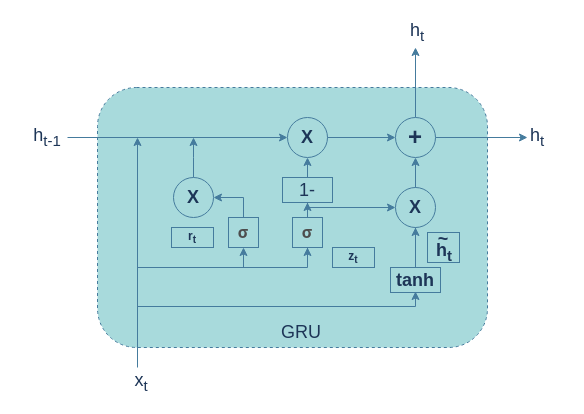
huapigudemilu/engineeringsoftware keeps this draw.io diagram as 未命名绘图.drawio. Above is the earlier version. Source tidied: cells renumbered, new cells numbered last; positions are measured from the earlier drawing's top-left corner, leaving out a move shared by most shapes. Both pictures are drawn from the tidied source at 100%, with x=0, y=0 at pixel (17, 17).
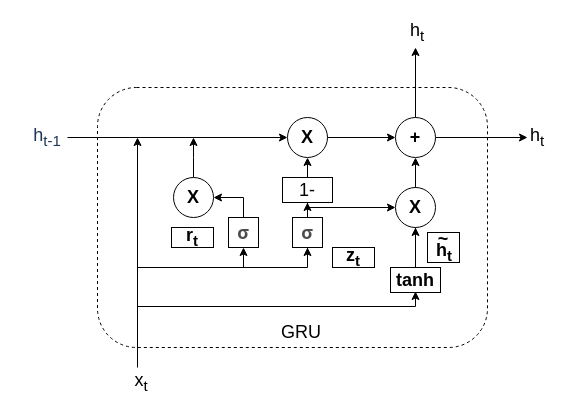
The same page after the edit.

Commit message (it also covers changes not shown here):
更新未命名绘图.drawio

What changed in the source:
```diff
@@
-    <mxCell id="2" style="rounded=1;whiteSpace=wrap;html=1;dashed=1;labelBackgroundColor=none;fillColor=#A8DADC;strokeColor=#457B9D;fontColor=#1D3557;" parent="1" vertex="1">
+    <mxCell id="2" style="rounded=1;whiteSpace=wrap;html=1;dashed=1;labelBackgroundColor=none;" parent="1" vertex="1">
       <mxGeometry x="80" y="70" width="390" height="260" as="geometry" />
     </mxCell>
-    <mxCell id="3" style="endArrow=classic;html=1;rounded=0;labelBackgroundColor=none;strokeColor=#457B9D;fontColor=default;" parent="1" edge="1" source="8">
+    <mxCell id="3" style="endArrow=classic;html=1;rounded=0;labelBackgroundColor=none;fontColor=default;" parent="1" edge="1" source="8">
       <mxGeometry relative="1" as="geometry">
         <mxPoint x="510" y="120" as="targetPoint" />
       </mxGeometry>
     </mxCell>
-    <mxCell id="4" style="endArrow=classic;html=1;rounded=0;labelBackgroundColor=none;strokeColor=#457B9D;fontColor=default;" parent="1" edge="1" target="5">
+    <mxCell id="4" style="endArrow=classic;html=1;rounded=0;labelBackgroundColor=none;fontColor=default;" parent="1" edge="1" target="5">
       <mxGeometry relative="1" as="geometry">
         <mxPoint x="50" y="120" as="sourcePoint" />
       </mxGeometry>
     </mxCell>
-    <mxCell id="5" style="ellipse;whiteSpace=wrap;html=1;labelBackgroundColor=none;fillColor=#A8DADC;strokeColor=#457B9D;fontColor=#1D3557;" parent="1" vertex="1">
+    <mxCell id="5" style="ellipse;whiteSpace=wrap;html=1;labelBackgroundColor=none;" parent="1" vertex="1">
       <mxGeometry x="270" y="100" width="40" height="40" as="geometry" />
     </mxCell>
-    <mxCell id="6" style="endArrow=classic;html=1;rounded=0;labelBackgroundColor=none;strokeColor=#457B9D;fontColor=default;" parent="1" edge="1" source="5" target="8">
+    <mxCell id="6" style="endArrow=classic;html=1;rounded=0;labelBackgroundColor=none;fontColor=default;" parent="1" edge="1" source="5" target="8">
       <mxGeometry relative="1" as="geometry" />
     </mxCell>
-    <mxCell id="7" style="edgeStyle=orthogonalEdgeStyle;rounded=0;jettySize=auto;html=1;exitX=0.5;exitY=0;exitDx=0;exitDy=0;labelBackgroundColor=none;strokeColor=#457B9D;fontColor=default;" parent="1" edge="1" source="8">
+    <mxCell id="7" style="edgeStyle=orthogonalEdgeStyle;rounded=0;jettySize=auto;html=1;exitX=0.5;exitY=0;exitDx=0;exitDy=0;labelBackgroundColor=none;fontColor=default;" parent="1" edge="1" source="8">
       <mxGeometry relative="1" as="geometry">
         <mxPoint x="398" y="30" as="targetPoint" />
       </mxGeometry>
     </mxCell>
-    <mxCell id="8" style="ellipse;whiteSpace=wrap;html=1;labelBackgroundColor=none;fillColor=#A8DADC;strokeColor=#457B9D;fontColor=#1D3557;" parent="1" vertex="1">
+    <mxCell id="8" style="ellipse;whiteSpace=wrap;html=1;labelBackgroundColor=none;" parent="1" vertex="1">
       <mxGeometry x="378" y="100" width="40" height="40" as="geometry" />
     </mxCell>
-    <mxCell id="9" style="endArrow=classic;html=1;rounded=0;labelBackgroundColor=none;strokeColor=#457B9D;fontColor=default;" parent="1" edge="1">
+    <mxCell id="9" style="endArrow=classic;html=1;rounded=0;labelBackgroundColor=none;fontColor=default;" parent="1" edge="1">
       <mxGeometry relative="1" as="geometry">
         <mxPoint x="120" y="350" as="sourcePoint" />
         <mxPoint x="120" y="120" as="targetPoint" />
       </mxGeometry>
     </mxCell>
-    <mxCell id="10" style="endArrow=classic;html=1;rounded=0;entryX=0.5;entryY=1;entryDx=0;entryDy=0;labelBackgroundColor=none;strokeColor=#457B9D;fontColor=default;" parent="1" edge="1" source="17" target="8">
+    <mxCell id="10" style="endArrow=classic;html=1;rounded=0;entryX=0.5;entryY=1;entryDx=0;entryDy=0;labelBackgroundColor=none;fontColor=default;" parent="1" edge="1" source="17" target="8">
       <mxGeometry relative="1" as="geometry">
         <Array as="points">
           <mxPoint x="398" y="270" />
         </Array>
       </mxGeometry>
     </mxCell>
-    <mxCell id="11" style="endArrow=classic;html=1;rounded=0;entryX=0.5;entryY=1;entryDx=0;entryDy=0;labelBackgroundColor=none;strokeColor=#457B9D;fontColor=default;" parent="1" edge="1" source="19" target="5">
+    <mxCell id="11" style="endArrow=classic;html=1;rounded=0;entryX=0.5;entryY=1;entryDx=0;entryDy=0;labelBackgroundColor=none;fontColor=default;" parent="1" edge="1" source="19" target="5">
       <mxGeometry relative="1" as="geometry">
         <Array as="points">
           <mxPoint x="290" y="240" />
         </Array>
       </mxGeometry>
     </mxCell>
-    <mxCell id="12" style="edgeStyle=orthogonalEdgeStyle;rounded=0;jettySize=auto;html=1;exitX=0.5;exitY=0;exitDx=0;exitDy=0;labelBackgroundColor=none;strokeColor=#457B9D;fontColor=default;" parent="1" edge="1" source="13">
+    <mxCell id="12" style="edgeStyle=orthogonalEdgeStyle;rounded=0;jettySize=auto;html=1;exitX=0.5;exitY=0;exitDx=0;exitDy=0;labelBackgroundColor=none;fontColor=default;" parent="1" edge="1" source="13">
       <mxGeometry relative="1" as="geometry">
         <mxPoint x="176" y="120" as="targetPoint" />
       </mxGeometry>
     </mxCell>
-    <mxCell id="13" style="ellipse;whiteSpace=wrap;html=1;labelBackgroundColor=none;fillColor=#A8DADC;strokeColor=#457B9D;fontColor=#1D3557;" parent="1" vertex="1">
+    <mxCell id="13" style="ellipse;whiteSpace=wrap;html=1;labelBackgroundColor=none;" parent="1" vertex="1">
       <mxGeometry x="156" y="160" width="40" height="40" as="geometry" />
     </mxCell>
-    <mxCell id="14" style="endArrow=classic;html=1;rounded=0;entryX=1;entryY=0.5;entryDx=0;entryDy=0;labelBackgroundColor=none;strokeColor=#457B9D;fontColor=default;" parent="1" edge="1" source="22" target="13">
+    <mxCell id="14" style="endArrow=classic;html=1;rounded=0;entryX=1;entryY=0.5;entryDx=0;entryDy=0;labelBackgroundColor=none;fontColor=default;" parent="1" edge="1" source="22" target="13">
       <mxGeometry relative="1" as="geometry">
         <Array as="points">
           <mxPoint x="226" y="180" />
         </Array>
       </mxGeometry>
     </mxCell>
-    <mxCell id="15" style="endArrow=classic;html=1;rounded=0;entryX=0;entryY=0.5;entryDx=0;entryDy=0;labelBackgroundColor=none;strokeColor=#457B9D;fontColor=default;" parent="1" edge="1" target="17">
+    <mxCell id="15" style="endArrow=classic;html=1;rounded=0;entryX=0;entryY=0.5;entryDx=0;entryDy=0;labelBackgroundColor=none;fontColor=default;" parent="1" edge="1" target="17">
       <mxGeometry relative="1" as="geometry">
         <mxPoint x="290" y="190" as="sourcePoint" />
       </mxGeometry>
     </mxCell>
-    <mxCell id="16" style="endArrow=classic;html=1;rounded=0;entryX=0.5;entryY=1;entryDx=0;entryDy=0;labelBackgroundColor=none;strokeColor=#457B9D;fontColor=default;" parent="1" edge="1" source="25" target="17">
+    <mxCell id="16" style="endArrow=classic;html=1;rounded=0;entryX=0.5;entryY=1;entryDx=0;entryDy=0;labelBackgroundColor=none;fontColor=default;" parent="1" edge="1" source="25" target="17">
       <mxGeometry relative="1" as="geometry">
         <Array as="points">
           <mxPoint x="398" y="270" />
         </Array>
       </mxGeometry>
     </mxCell>
-    <mxCell id="17" style="ellipse;whiteSpace=wrap;html=1;labelBackgroundColor=none;fillColor=#A8DADC;strokeColor=#457B9D;fontColor=#1D3557;" parent="1" vertex="1">
+    <mxCell id="17" style="ellipse;whiteSpace=wrap;html=1;labelBackgroundColor=none;" parent="1" vertex="1">
       <mxGeometry x="378" y="170" width="40" height="40" as="geometry" />
     </mxCell>
-    <mxCell id="18" style="endArrow=classic;html=1;rounded=0;entryX=0.5;entryY=1;entryDx=0;entryDy=0;labelBackgroundColor=none;strokeColor=#457B9D;fontColor=default;" parent="1" edge="1" source="21" target="19">
+    <mxCell id="18" style="endArrow=classic;html=1;rounded=0;entryX=0.5;entryY=1;entryDx=0;entryDy=0;labelBackgroundColor=none;fontColor=default;" parent="1" edge="1" source="21" target="19">
       <mxGeometry relative="1" as="geometry">
         <Array as="points">
           <mxPoint x="290" y="240" />
         </Array>
       </mxGeometry>
     </mxCell>
-    <mxCell id="19" value="&lt;font style=&quot;font-size: 18px;&quot;&gt;1-&lt;/font&gt;" style="rounded=0;whiteSpace=wrap;html=1;labelBackgroundColor=none;fillColor=#A8DADC;strokeColor=#457B9D;fontColor=#1D3557;" parent="1" vertex="1">
+    <mxCell id="19" value="&lt;font style=&quot;font-size: 18px;&quot;&gt;1-&lt;/font&gt;" style="rounded=0;whiteSpace=wrap;html=1;labelBackgroundColor=none;" parent="1" vertex="1">
       <mxGeometry x="265" y="160" width="50" height="25" as="geometry" />
     </mxCell>
-    <mxCell id="20" style="endArrow=classic;html=1;rounded=0;entryX=0.5;entryY=1;entryDx=0;entryDy=0;labelBackgroundColor=none;strokeColor=#457B9D;fontColor=default;" parent="1" edge="1" target="21">
+    <mxCell id="20" style="endArrow=classic;html=1;rounded=0;entryX=0.5;entryY=1;entryDx=0;entryDy=0;labelBackgroundColor=none;fontColor=default;" parent="1" edge="1" target="21">
       <mxGeometry relative="1" as="geometry">
         <mxPoint x="120" y="250" as="sourcePoint" />
         <Array as="points">
           <mxPoint x="290" y="250" />
         </Array>
       </mxGeometry>
     </mxCell>
-    <mxCell id="21" value="&lt;span style=&quot;color: rgb(77, 77, 77); font-family: -apple-system, &amp;quot;SF UI Text&amp;quot;, Arial, &amp;quot;PingFang SC&amp;quot;, &amp;quot;Hiragino Sans GB&amp;quot;, &amp;quot;Microsoft YaHei&amp;quot;, &amp;quot;WenQuanYi Micro Hei&amp;quot;, sans-serif; font-size: 16px; font-variant-ligatures: no-common-ligatures; text-align: start;&quot;&gt;&lt;b&gt;σ&lt;/b&gt;&lt;/span&gt;" style="rounded=0;whiteSpace=wrap;html=1;labelBackgroundColor=none;fillColor=#A8DADC;strokeColor=#457B9D;fontColor=#1D3557;" parent="1" vertex="1">
+    <mxCell id="21" value="&lt;span style=&quot;color: rgb(77, 77, 77); font-family: -apple-system, &amp;quot;SF UI Text&amp;quot;, Arial, &amp;quot;PingFang SC&amp;quot;, &amp;quot;Hiragino Sans GB&amp;quot;, &amp;quot;Microsoft YaHei&amp;quot;, &amp;quot;WenQuanYi Micro Hei&amp;quot;, sans-serif; font-variant-ligatures: no-common-ligatures; text-align: start;&quot;&gt;&lt;b style=&quot;&quot;&gt;&lt;font style=&quot;font-size: 18px;&quot;&gt;σ&lt;/font&gt;&lt;/b&gt;&lt;/span&gt;" style="rounded=0;whiteSpace=wrap;html=1;labelBackgroundColor=none;" parent="1" vertex="1">
       <mxGeometry x="275" y="200" width="30" height="30" as="geometry" />
     </mxCell>
-    <mxCell id="22" value="&lt;span style=&quot;color: rgb(77, 77, 77); font-family: -apple-system, &amp;quot;SF UI Text&amp;quot;, Arial, &amp;quot;PingFang SC&amp;quot;, &amp;quot;Hiragino Sans GB&amp;quot;, &amp;quot;Microsoft YaHei&amp;quot;, &amp;quot;WenQuanYi Micro Hei&amp;quot;, sans-serif; font-size: 16px; font-variant-ligatures: no-common-ligatures; text-align: start;&quot;&gt;&lt;b&gt;σ&lt;/b&gt;&lt;/span&gt;" style="rounded=0;whiteSpace=wrap;html=1;labelBackgroundColor=#a8dadc;fillColor=#A8DADC;strokeColor=#457B9D;fontColor=#1D3557;" parent="1" vertex="1">
+    <mxCell id="22" value="&lt;b style=&quot;color: rgb(77, 77, 77); font-family: -apple-system, &amp;quot;SF UI Text&amp;quot;, Arial, &amp;quot;PingFang SC&amp;quot;, &amp;quot;Hiragino Sans GB&amp;quot;, &amp;quot;Microsoft YaHei&amp;quot;, &amp;quot;WenQuanYi Micro Hei&amp;quot;, sans-serif; font-variant-ligatures: no-common-ligatures; text-align: start;&quot;&gt;&lt;font style=&quot;font-size: 18px;&quot;&gt;σ&lt;/font&gt;&lt;/b&gt;" style="rounded=0;whiteSpace=wrap;html=1;labelBackgroundColor=none;gradientColor=none;fillColor=none;strokeColor=default;" parent="1" vertex="1">
       <mxGeometry x="211" y="200" width="30" height="30" as="geometry" />
     </mxCell>
-    <mxCell id="23" style="endArrow=classic;html=1;rounded=0;entryX=0.5;entryY=1;entryDx=0;entryDy=0;labelBackgroundColor=none;strokeColor=#457B9D;fontColor=default;" parent="1" edge="1" target="22">
+    <mxCell id="23" style="endArrow=classic;html=1;rounded=0;entryX=0.5;entryY=1;entryDx=0;entryDy=0;labelBackgroundColor=none;fontColor=default;" parent="1" edge="1" target="22">
       <mxGeometry relative="1" as="geometry">
         <mxPoint x="226" y="250" as="sourcePoint" />
       </mxGeometry>
     </mxCell>
-    <mxCell id="24" style="endArrow=classic;html=1;rounded=0;entryX=0.5;entryY=1;entryDx=0;entryDy=0;labelBackgroundColor=none;strokeColor=#457B9D;fontColor=default;" parent="1" edge="1">
+    <mxCell id="24" style="endArrow=classic;html=1;rounded=0;entryX=0.5;entryY=1;entryDx=0;entryDy=0;labelBackgroundColor=none;fontColor=default;" parent="1" edge="1">
       <mxGeometry relative="1" as="geometry">
         <mxPoint x="120" y="289" as="sourcePoint" />
         <mxPoint x="398" y="274" as="targetPoint" />
         <Array as="points">
           <mxPoint x="398" y="289" />
         </Array>
       </mxGeometry>
     </mxCell>
-    <mxCell id="25" value="&lt;font style=&quot;font-size: 18px;&quot;&gt;&lt;b&gt;tanh&lt;/b&gt;&lt;/font&gt;" style="rounded=0;whiteSpace=wrap;html=1;labelBackgroundColor=none;fillColor=#A8DADC;strokeColor=#457B9D;fontColor=#1D3557;" parent="1" vertex="1">
+    <mxCell id="25" value="&lt;font style=&quot;font-size: 18px;&quot;&gt;&lt;b&gt;tanh&lt;/b&gt;&lt;/font&gt;" style="rounded=0;whiteSpace=wrap;html=1;labelBackgroundColor=none;" parent="1" vertex="1">
       <mxGeometry x="373" y="250" width="50" height="25" as="geometry" />
     </mxCell>
-    <mxCell id="26" value="&lt;font style=&quot;font-size: 18px;&quot;&gt;&lt;b&gt;X&lt;/b&gt;&lt;/font&gt;" style="text;html=1;align=center;verticalAlign=middle;whiteSpace=wrap;rounded=0;labelBackgroundColor=none;fontColor=#1D3557;" parent="1" vertex="1">
+    <mxCell id="26" value="&lt;font style=&quot;font-size: 18px;&quot;&gt;&lt;b&gt;X&lt;/b&gt;&lt;/font&gt;" style="text;html=1;align=center;verticalAlign=middle;whiteSpace=wrap;rounded=0;labelBackgroundColor=none;" parent="1" vertex="1">
       <mxGeometry x="146" y="165" width="60" height="30" as="geometry" />
     </mxCell>
-    <mxCell id="27" value="&lt;font style=&quot;font-size: 18px;&quot;&gt;&lt;b&gt;X&lt;/b&gt;&lt;/font&gt;" style="text;html=1;align=center;verticalAlign=middle;whiteSpace=wrap;rounded=0;labelBackgroundColor=none;fontColor=#1D3557;" parent="1" vertex="1">
+    <mxCell id="27" value="&lt;font style=&quot;font-size: 18px;&quot;&gt;&lt;b&gt;X&lt;/b&gt;&lt;/font&gt;" style="text;html=1;align=center;verticalAlign=middle;whiteSpace=wrap;rounded=0;labelBackgroundColor=none;" parent="1" vertex="1">
       <mxGeometry x="260" y="105" width="60" height="30" as="geometry" />
     </mxCell>
-    <mxCell id="28" value="&lt;font style=&quot;font-size: 18px;&quot;&gt;&lt;b&gt;X&lt;/b&gt;&lt;/font&gt;" style="text;html=1;align=center;verticalAlign=middle;whiteSpace=wrap;rounded=0;labelBackgroundColor=none;fontColor=#1D3557;" parent="1" vertex="1">
+    <mxCell id="28" value="&lt;font style=&quot;font-size: 18px;&quot;&gt;&lt;b&gt;X&lt;/b&gt;&lt;/font&gt;" style="text;html=1;align=center;verticalAlign=middle;whiteSpace=wrap;rounded=0;labelBackgroundColor=none;" parent="1" vertex="1">
       <mxGeometry x="368" y="175" width="60" height="30" as="geometry" />
     </mxCell>
-    <mxCell id="29" value="&lt;font style=&quot;font-size: 24px;&quot;&gt;&lt;b&gt;+&lt;/b&gt;&lt;/font&gt;" style="text;html=1;align=center;verticalAlign=middle;whiteSpace=wrap;rounded=0;labelBackgroundColor=none;fontColor=#1D3557;" parent="1" vertex="1">
+    <mxCell id="29" value="&lt;font style=&quot;font-size: 18px;&quot;&gt;&lt;b style=&quot;&quot;&gt;+&lt;/b&gt;&lt;/font&gt;" style="text;html=1;align=center;verticalAlign=middle;whiteSpace=wrap;rounded=0;labelBackgroundColor=none;" parent="1" vertex="1">
       <mxGeometry x="368" y="105" width="60" height="30" as="geometry" />
     </mxCell>
-    <mxCell id="30" style="rounded=0;whiteSpace=wrap;html=1;labelBackgroundColor=none;fillColor=#A8DADC;strokeColor=#457B9D;fontColor=#1D3557;" parent="1" vertex="1">
+    <mxCell id="30" style="rounded=0;whiteSpace=wrap;html=1;labelBackgroundColor=none;" parent="1" vertex="1">
       <mxGeometry x="410" y="215" width="32" height="30" as="geometry" />
     </mxCell>
-    <mxCell id="31" style="group;labelBackgroundColor=none;fontColor=#1D3557;" parent="1" vertex="1">
+    <mxCell id="31" style="group;labelBackgroundColor=none;" parent="1" vertex="1">
       <mxGeometry x="395.5" y="207" width="61" height="43" as="geometry" />
     </mxCell>
-    <mxCell id="32" value="&lt;b style=&quot;font-size: 18px;&quot;&gt;h&lt;sub&gt;t&lt;/sub&gt;&lt;/b&gt;" style="text;html=1;align=center;verticalAlign=middle;whiteSpace=wrap;rounded=0;labelBackgroundColor=none;fontColor=#1D3557;" parent="31" vertex="1">
+    <mxCell id="32" value="&lt;b style=&quot;font-size: 18px;&quot;&gt;h&lt;sub&gt;t&lt;/sub&gt;&lt;/b&gt;" style="text;html=1;align=center;verticalAlign=middle;whiteSpace=wrap;rounded=0;labelBackgroundColor=none;" parent="31" vertex="1">
       <mxGeometry x="1" y="13" width="60" height="30" as="geometry" />
     </mxCell>
-    <mxCell id="33" value="&lt;font style=&quot;font-size: 18px;&quot;&gt;&lt;b&gt;~&lt;/b&gt;&lt;/font&gt;" style="text;html=1;align=center;verticalAlign=middle;whiteSpace=wrap;rounded=0;labelBackgroundColor=none;fontColor=#1D3557;" parent="31" vertex="1">
+    <mxCell id="33" value="&lt;font style=&quot;font-size: 18px;&quot;&gt;&lt;b&gt;~&lt;/b&gt;&lt;/font&gt;" style="text;html=1;align=center;verticalAlign=middle;whiteSpace=wrap;rounded=0;labelBackgroundColor=none;" parent="31" vertex="1">
       <mxGeometry width="60" height="30" as="geometry" />
     </mxCell>
-    <mxCell id="34" value="z&lt;sub&gt;t&lt;/sub&gt;" style="rounded=0;whiteSpace=wrap;html=1;fontStyle=1;labelBackgroundColor=none;fillColor=#A8DADC;strokeColor=#457B9D;fontColor=#1D3557;" parent="1" vertex="1">
+    <mxCell id="34" value="&lt;font style=&quot;font-size: 18px;&quot;&gt;z&lt;sub&gt;t&lt;/sub&gt;&lt;/font&gt;" style="rounded=0;whiteSpace=wrap;html=1;fontStyle=1;labelBackgroundColor=none;" parent="1" vertex="1">
       <mxGeometry x="315" y="230" width="42" height="20" as="geometry" />
     </mxCell>
-    <mxCell id="35" value="r&lt;sub&gt;t&lt;/sub&gt;" style="rounded=0;whiteSpace=wrap;html=1;fontStyle=1;labelBackgroundColor=none;fillColor=#A8DADC;strokeColor=#457B9D;fontColor=#1D3557;" parent="1" vertex="1">
+    <mxCell id="35" value="&lt;font style=&quot;font-size: 18px;&quot;&gt;r&lt;sub&gt;t&lt;/sub&gt;&lt;/font&gt;" style="rounded=0;whiteSpace=wrap;html=1;fontStyle=1;labelBackgroundColor=none;" parent="1" vertex="1">
       <mxGeometry x="154" y="210" width="42" height="20" as="geometry" />
     </mxCell>
-    <mxCell id="36" value="&lt;font style=&quot;font-size: 18px;&quot;&gt;GRU&lt;/font&gt;" style="text;html=1;align=center;verticalAlign=middle;whiteSpace=wrap;rounded=0;fontColor=#1D3557;" parent="1" vertex="1">
+    <mxCell id="36" value="&lt;font style=&quot;font-size: 18px;&quot;&gt;GRU&lt;/font&gt;" style="text;html=1;align=center;verticalAlign=middle;whiteSpace=wrap;rounded=0;" parent="1" vertex="1">
       <mxGeometry x="254" y="300" width="60" height="30" as="geometry" />
     </mxCell>
@@
-    <mxCell id="38" value="&lt;font style=&quot;font-size: 18px;&quot;&gt;h&lt;sub&gt;t&lt;/sub&gt;&lt;/font&gt;" style="text;html=1;align=center;verticalAlign=middle;whiteSpace=wrap;rounded=0;fontColor=#1D3557;" parent="1" vertex="1">
+    <mxCell id="38" value="&lt;font style=&quot;font-size: 18px;&quot;&gt;h&lt;sub&gt;t&lt;/sub&gt;&lt;/font&gt;" style="text;html=1;align=center;verticalAlign=middle;whiteSpace=wrap;rounded=0;" parent="1" vertex="1">
       <mxGeometry x="370" width="60" height="30" as="geometry" />
     </mxCell>
-    <mxCell id="39" value="&lt;font style=&quot;font-size: 18px;&quot;&gt;h&lt;sub&gt;t&lt;/sub&gt;&lt;/font&gt;" style="text;html=1;align=center;verticalAlign=middle;whiteSpace=wrap;rounded=0;fontColor=#1D3557;" parent="1" vertex="1">
+    <mxCell id="39" value="&lt;font style=&quot;font-size: 18px;&quot;&gt;h&lt;sub&gt;t&lt;/sub&gt;&lt;/font&gt;" style="text;html=1;align=center;verticalAlign=middle;whiteSpace=wrap;rounded=0;" parent="1" vertex="1">
       <mxGeometry x="490" y="105" width="60" height="30" as="geometry" />
     </mxCell>
-    <mxCell id="40" value="&lt;span style=&quot;font-size: 18px;&quot;&gt;x&lt;sub&gt;t&lt;/sub&gt;&lt;/span&gt;" style="text;html=1;align=center;verticalAlign=middle;whiteSpace=wrap;rounded=0;fontColor=#1D3557;" parent="1" vertex="1">
+    <mxCell id="40" value="&lt;span style=&quot;font-size: 18px;&quot;&gt;x&lt;sub&gt;t&lt;/sub&gt;&lt;/span&gt;" style="text;html=1;align=center;verticalAlign=middle;whiteSpace=wrap;rounded=0;" parent="1" vertex="1">
       <mxGeometry x="94" y="350" width="60" height="30" as="geometry" />
     </mxCell>
```
